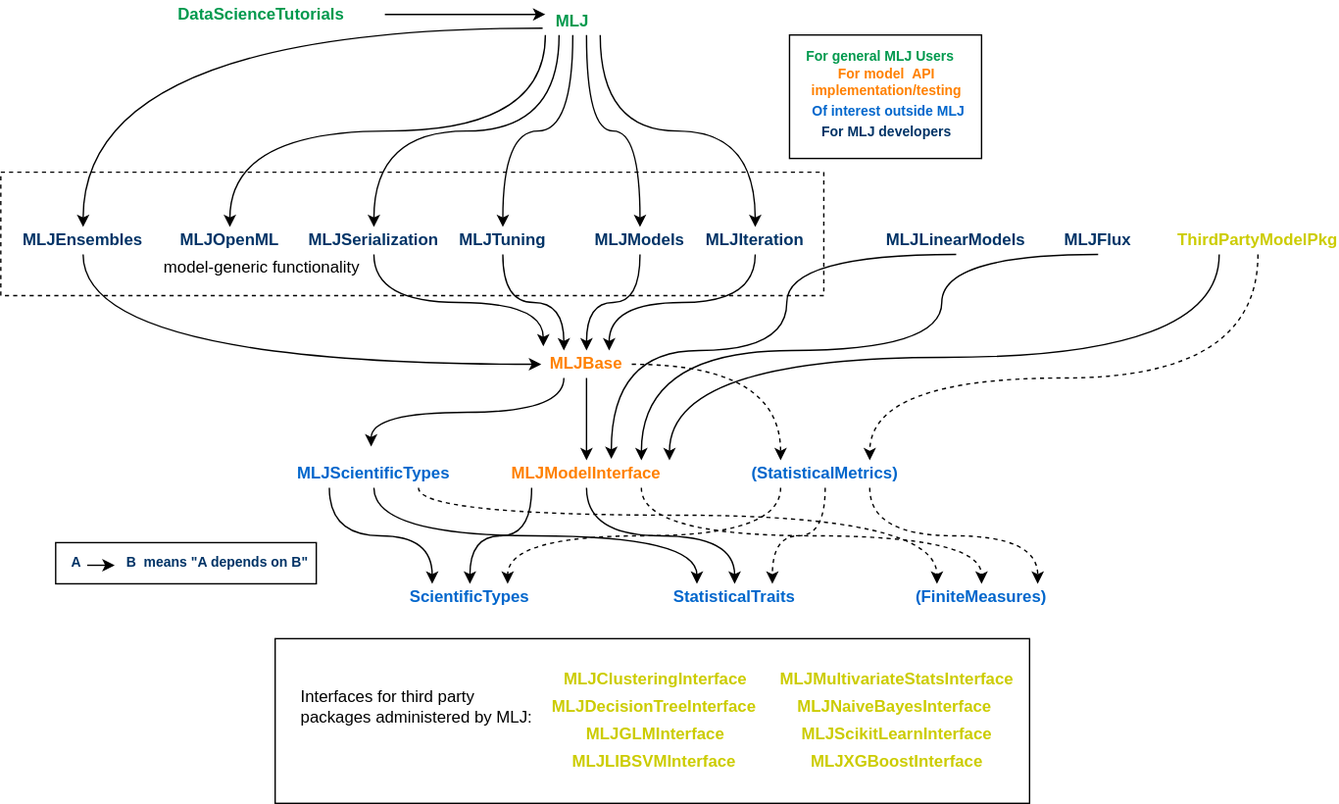
Above: material/MLJ_stack.svg in JuliaAI/MLJ.jl (draw.io), before the change. Source tidied: cells renumbered, new cells last; positions are measured from the earlier drawing's top-left corner, leaving out a move shared by most shapes.
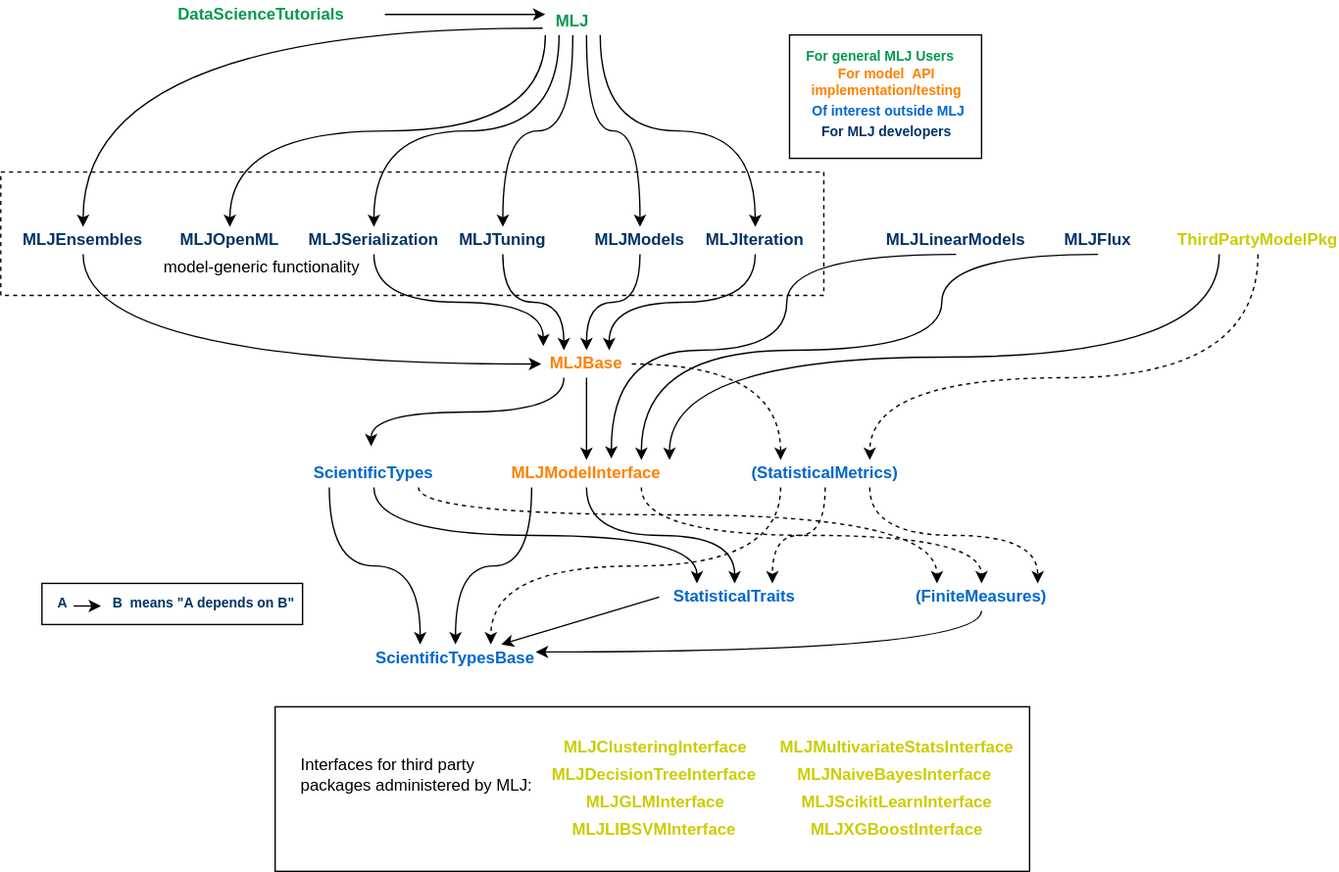
After the commit.

Diff of the diagram source:
```diff
@@ -3,7 +3,7 @@
     <mxCell id="0" />
     <mxCell id="1" parent="0" />
     <mxCell id="2" style="rounded=0;whiteSpace=wrap;html=1;align=left;" parent="1" vertex="1">
-      <mxGeometry x="200" y="465" width="550" height="120" as="geometry" />
+      <mxGeometry x="200" y="515" width="550" height="120" as="geometry" />
     </mxCell>
     <mxCell id="3" style="rounded=0;whiteSpace=wrap;html=1;fillColor=none;dashed=1;strokeColor=#000000;" parent="1" vertex="1">
       <mxGeometry y="125" width="600" height="90" as="geometry" />
@@ -14,8 +14,8 @@
     <mxCell id="5" value="&lt;b&gt;&lt;font color=&quot;#ff8000&quot;&gt;MLJModelInterface&lt;/font&gt;&lt;/b&gt;" style="text;html=1;strokeColor=none;fillColor=none;align=center;verticalAlign=middle;whiteSpace=wrap;rounded=0;comic=1;" parent="1" vertex="1">
       <mxGeometry x="347" y="335" width="160" height="20" as="geometry" />
     </mxCell>
-    <mxCell id="6" value="&lt;b&gt;&lt;font color=&quot;#0066cc&quot;&gt;ScientificTypes&lt;/font&gt;&lt;/b&gt;" style="text;html=1;strokeColor=none;fillColor=none;align=center;verticalAlign=middle;whiteSpace=wrap;rounded=0;comic=1;" parent="1" vertex="1">
-      <mxGeometry x="287" y="425" width="110" height="20" as="geometry" />
+    <mxCell id="6" value="&lt;b&gt;&lt;font color=&quot;#0066cc&quot;&gt;ScientificTypesBase&lt;/font&gt;&lt;/b&gt;" style="text;html=1;strokeColor=none;fillColor=none;align=center;verticalAlign=middle;whiteSpace=wrap;rounded=0;comic=1;" parent="1" vertex="1">
+      <mxGeometry x="280" y="469.5" width="103" height="20" as="geometry" />
     </mxCell>
     <mxCell id="7" style="edgeStyle=orthogonalEdgeStyle;rounded=0;jettySize=auto;html=1;exitX=0.25;exitY=1;exitDx=0;exitDy=0;entryX=0.25;entryY=0;entryDx=0;entryDy=0;curved=1;" parent="1" edge="1" source="9" target="6">
       <mxGeometry relative="1" as="geometry" />
@@ -28,7 +28,7 @@
         </Array>
       </mxGeometry>
     </mxCell>
-    <mxCell id="9" value="&lt;b&gt;&lt;font color=&quot;#0066cc&quot;&gt;MLJScientificTypes&lt;/font&gt;&lt;/b&gt;" style="text;html=1;strokeColor=none;fillColor=none;align=center;verticalAlign=middle;whiteSpace=wrap;rounded=0;comic=1;" parent="1" vertex="1">
+    <mxCell id="9" value="&lt;b&gt;&lt;font color=&quot;#0066cc&quot;&gt;ScientificTypes&lt;/font&gt;&lt;/b&gt;" style="text;html=1;strokeColor=none;fillColor=none;align=center;verticalAlign=middle;whiteSpace=wrap;rounded=0;comic=1;" parent="1" vertex="1">
       <mxGeometry x="207" y="335" width="130" height="20" as="geometry" />
     </mxCell>
     <mxCell id="10" style="edgeStyle=orthogonalEdgeStyle;curved=1;rounded=0;jettySize=auto;html=1;exitX=0.5;exitY=1;exitDx=0;exitDy=0;entryX=0.5;entryY=0;entryDx=0;entryDy=0;" parent="1" edge="1" source="13" target="5">
@@ -142,7 +142,7 @@
       <mxGeometry x="110" y="185" width="160" height="20" as="geometry" />
     </mxCell>
     <mxCell id="41" style="group;" parent="1" vertex="1">
-      <mxGeometry x="40" y="395" width="190" height="30" as="geometry" />
+      <mxGeometry x="30" y="425" width="190" height="30" as="geometry" />
     </mxCell>
     <mxCell id="42" style="group;" parent="41" vertex="1">
       <mxGeometry width="190" height="30" as="geometry" />
@@ -180,6 +180,9 @@
     <mxCell id="52" value="&lt;b style=&quot;font-size: 10px;&quot;&gt;&lt;font color=&quot;#003366&quot; style=&quot;font-size: 10px;&quot;&gt;For MLJ developers&lt;/font&gt;&lt;/b&gt;" style="text;html=1;strokeColor=none;fillColor=none;align=center;verticalAlign=middle;whiteSpace=wrap;rounded=0;fontSize=10;" parent="47" vertex="1">
       <mxGeometry x="6" y="65" width="180" height="10" as="geometry" />
     </mxCell>
+    <mxCell id="72" style="rounded=0;jettySize=auto;html=1;exitX=0;exitY=0.5;exitDx=0;exitDy=0;" parent="1" edge="1" source="53" target="6">
+      <mxGeometry relative="1" as="geometry" />
+    </mxCell>
     <mxCell id="53" value="&lt;font color=&quot;#0066cc&quot;&gt;&lt;b&gt;StatisticalTraits&lt;/b&gt;&lt;/font&gt;" style="text;html=1;strokeColor=none;fillColor=none;align=center;verticalAlign=middle;whiteSpace=wrap;rounded=0;comic=1;" parent="1" vertex="1">
       <mxGeometry x="480" y="425" width="110" height="20" as="geometry" />
     </mxCell>
@@ -208,32 +211,40 @@
       <mxGeometry x="232" y="165" width="80" height="20" as="geometry" />
     </mxCell>
     <mxCell id="62" value="&lt;font color=&quot;#cccc00&quot;&gt;&lt;b&gt;MLJClusteringInterface&lt;/b&gt;&lt;/font&gt;" style="text;html=1;strokeColor=none;fillColor=none;align=center;verticalAlign=middle;whiteSpace=wrap;rounded=0;comic=1;" parent="1" vertex="1">
-      <mxGeometry x="420.5" y="485" width="113" height="20" as="geometry" />
+      <mxGeometry x="420.5" y="535" width="113" height="20" as="geometry" />
     </mxCell>
     <mxCell id="63" value="&lt;font color=&quot;#cccc00&quot;&gt;&lt;b&gt;MLJDecisionTreeInterface&lt;/b&gt;&lt;/font&gt;" style="text;html=1;strokeColor=none;fillColor=none;align=center;verticalAlign=middle;whiteSpace=wrap;rounded=0;comic=1;" parent="1" vertex="1">
-      <mxGeometry x="420" y="505" width="113" height="20" as="geometry" />
+      <mxGeometry x="420" y="555" width="113" height="20" as="geometry" />
     </mxCell>
     <mxCell id="64" value="&lt;font color=&quot;#cccc00&quot;&gt;&lt;b&gt;MLJGLMInterface&lt;/b&gt;&lt;/font&gt;" style="text;html=1;strokeColor=none;fillColor=none;align=center;verticalAlign=middle;whiteSpace=wrap;rounded=0;comic=1;" parent="1" vertex="1">
-      <mxGeometry x="420.5" y="525" width="113" height="20" as="geometry" />
+      <mxGeometry x="420.5" y="575" width="113" height="20" as="geometry" />
     </mxCell>
     <mxCell id="65" value="&lt;font color=&quot;#cccc00&quot;&gt;&lt;b&gt;MLJLIBSVMInterface&lt;/b&gt;&lt;/font&gt;" style="text;html=1;strokeColor=none;fillColor=none;align=center;verticalAlign=middle;whiteSpace=wrap;rounded=0;comic=1;" parent="1" vertex="1">
-      <mxGeometry x="420" y="545" width="113" height="20" as="geometry" />
+      <mxGeometry x="420" y="595" width="113" height="20" as="geometry" />
     </mxCell>
     <mxCell id="66" value="&lt;font color=&quot;#cccc00&quot;&gt;&lt;b&gt;MLJMultivariateStatsInterface&lt;/b&gt;&lt;/font&gt;" style="text;html=1;strokeColor=none;fillColor=none;align=center;verticalAlign=middle;whiteSpace=wrap;rounded=0;comic=1;" parent="1" vertex="1">
-      <mxGeometry x="596.5" y="485" width="113" height="20" as="geometry" />
+      <mxGeometry x="596.5" y="535" width="113" height="20" as="geometry" />
     </mxCell>
     <mxCell id="67" value="&lt;font color=&quot;#cccc00&quot;&gt;&lt;b&gt;MLJNaiveBayesInterface&amp;nbsp;&lt;/b&gt;&lt;/font&gt;" style="text;html=1;strokeColor=none;fillColor=none;align=center;verticalAlign=middle;whiteSpace=wrap;rounded=0;comic=1;" parent="1" vertex="1">
-      <mxGeometry x="596.5" y="505" width="113" height="20" as="geometry" />
+      <mxGeometry x="596.5" y="555" width="113" height="20" as="geometry" />
     </mxCell>
     <mxCell id="68" value="&lt;font color=&quot;#cccc00&quot;&gt;&lt;b&gt;MLJScikitLearnInterface&lt;/b&gt;&lt;/font&gt;" style="text;html=1;strokeColor=none;fillColor=none;align=center;verticalAlign=middle;whiteSpace=wrap;rounded=0;comic=1;" parent="1" vertex="1">
-      <mxGeometry x="596.5" y="525" width="113" height="20" as="geometry" />
+      <mxGeometry x="596.5" y="575" width="113" height="20" as="geometry" />
     </mxCell>
     <mxCell id="69" value="&lt;font color=&quot;#cccc00&quot;&gt;&lt;b&gt;MLJXGBoostInterface&lt;/b&gt;&lt;/font&gt;" style="text;html=1;strokeColor=none;fillColor=none;align=center;verticalAlign=middle;whiteSpace=wrap;rounded=0;comic=1;" parent="1" vertex="1">
-      <mxGeometry x="596.5" y="545" width="113" height="20" as="geometry" />
+      <mxGeometry x="596.5" y="595" width="113" height="20" as="geometry" />
     </mxCell>
     <mxCell id="70" value="Interfaces for third party &lt;br&gt;&lt;div&gt;&lt;span&gt;packages administered by MLJ:&lt;/span&gt;&lt;/div&gt;" style="text;html=1;align=left;verticalAlign=middle;" parent="1" vertex="1">
-      <mxGeometry x="217" y="500" width="180" height="30" as="geometry" />
+      <mxGeometry x="217" y="550" width="180" height="30" as="geometry" />
     </mxCell>
+    <mxCell id="73" style="edgeStyle=orthogonalEdgeStyle;rounded=0;jettySize=auto;html=1;exitX=0.5;exitY=1;exitDx=0;exitDy=0;curved=1;" parent="1" edge="1" source="71">
+      <mxGeometry relative="1" as="geometry">
+        <mxPoint x="390" y="475" as="targetPoint" />
+        <Array as="points">
+          <mxPoint x="715" y="475" />
+        </Array>
+      </mxGeometry>
+    </mxCell>
     <mxCell id="71" value="&lt;font color=&quot;#0066cc&quot;&gt;&lt;b&gt;(FiniteMeasures)&lt;/b&gt;&lt;/font&gt;" style="text;html=1;strokeColor=none;fillColor=none;align=center;verticalAlign=middle;whiteSpace=wrap;rounded=0;comic=1;" parent="1" vertex="1">
       <mxGeometry x="650" y="425" width="130" height="20" as="geometry" />
     </mxCell>
```
